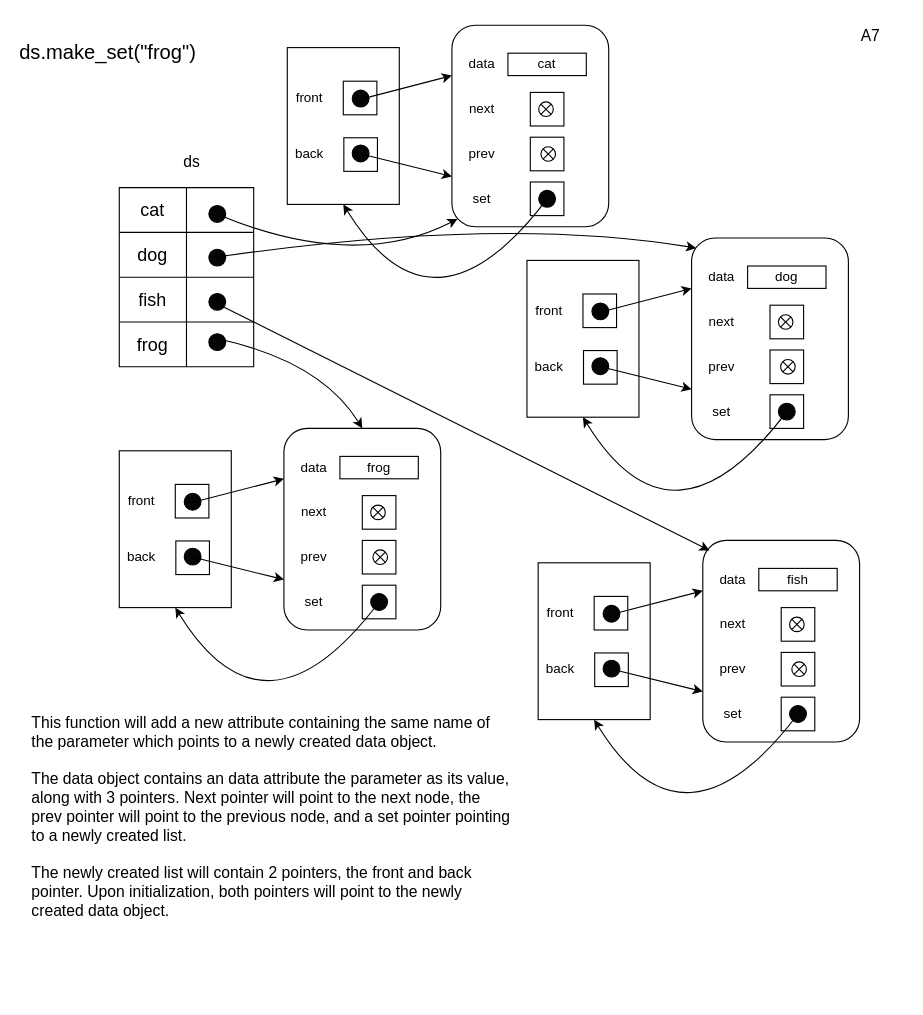
tlo20/notes keeps this draw.io diagram as parta_7.drawio. Above is the earlier version. Source tidied: cells renumbered, new cells numbered last; positions are measured from the earlier drawing's top-left corner, leaving out a move shared by most shapes. Both pictures are drawn from the tidied source at 112%, with x=0, y=0 at pixel (29, 19).
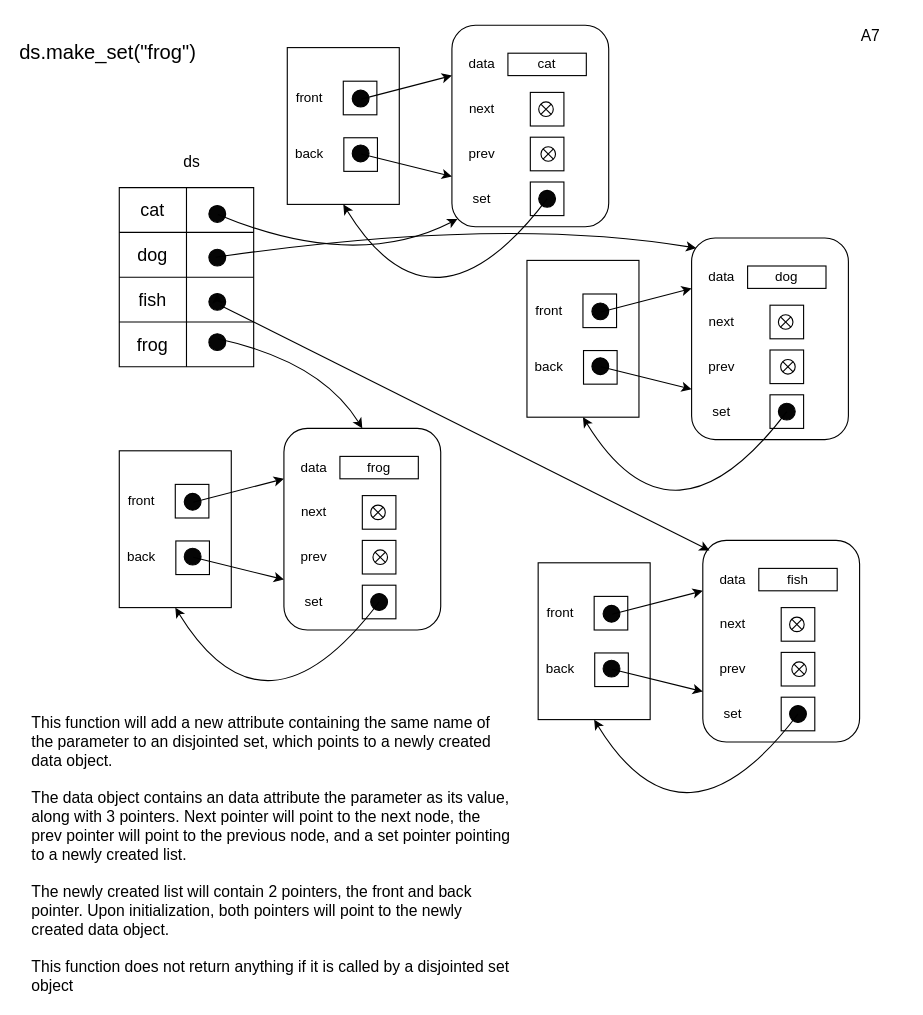
After the change.

Change to the diagram source:
```diff
@@
-    <mxCell id="122" value="&lt;div&gt;&lt;font style=&quot;font-size: 14px;&quot;&gt;This function will add a new attribute containing the same name of the parameter which points to a newly created data object. &lt;br&gt;&lt;/font&gt;&lt;/div&gt;&lt;div&gt;&lt;font style=&quot;font-size: 14px;&quot;&gt;&lt;br&gt;&lt;/font&gt;&lt;/div&gt;&lt;div&gt;&lt;font style=&quot;font-size: 14px;&quot;&gt;The data object &lt;/font&gt;&lt;font style=&quot;font-size: 14px;&quot;&gt;contains an data attribute the parameter as its value, along with 3 pointers. Next pointer will point to the next node, the prev pointer will point to the previous node, and a set pointer pointing to a newly created list. &lt;br&gt;&lt;/font&gt;&lt;/div&gt;&lt;div&gt;&lt;font style=&quot;font-size: 14px;&quot;&gt;&lt;br&gt;&lt;/font&gt;&lt;/div&gt;&lt;div&gt;&lt;font style=&quot;font-size: 14px;&quot;&gt;The newly created list will contain 2 pointers, the front and back pointer. Upon initialization, both pointers will point to the newly created data object.&lt;br&gt;&lt;/font&gt;&lt;/div&gt;" style="text;html=1;strokeColor=none;fillColor=none;align=left;verticalAlign=top;whiteSpace=wrap;rounded=0;" parent="1" vertex="1">
+    <mxCell id="122" value="&lt;div&gt;&lt;font style=&quot;font-size: 14px;&quot;&gt;This function will add a new attribute containing the same name of the parameter &lt;/font&gt;&lt;font style=&quot;font-size: 14px;&quot;&gt; to an disjointed set, &lt;/font&gt;&lt;font style=&quot;font-size: 14px;&quot;&gt;which points to a newly created data object. &lt;br&gt;&lt;/font&gt;&lt;/div&gt;&lt;div&gt;&lt;font style=&quot;font-size: 14px;&quot;&gt;&lt;br&gt;&lt;/font&gt;&lt;/div&gt;&lt;div&gt;&lt;font style=&quot;font-size: 14px;&quot;&gt;The data object &lt;/font&gt;&lt;font style=&quot;font-size: 14px;&quot;&gt;contains an data attribute the parameter as its value, along with 3 pointers. Next pointer will point to the next node, the prev pointer will point to the previous node, and a set pointer pointing to a newly created list. &lt;br&gt;&lt;/font&gt;&lt;/div&gt;&lt;div&gt;&lt;font style=&quot;font-size: 14px;&quot;&gt;&lt;br&gt;&lt;/font&gt;&lt;/div&gt;&lt;div&gt;&lt;font style=&quot;font-size: 14px;&quot;&gt;The newly created list will contain 2 pointers, the front and back pointer. Upon initialization, both pointers will point to the newly created data object.&lt;br&gt;&lt;/font&gt;&lt;/div&gt;&lt;div&gt;&lt;font style=&quot;font-size: 14px;&quot;&gt;&lt;br&gt;&lt;/font&gt;&lt;/div&gt;&lt;div&gt;&lt;font style=&quot;font-size: 14px;&quot;&gt;This function does not return anything if it is called by a disjointed set object&lt;br&gt;&lt;/font&gt;&lt;/div&gt;" style="text;html=1;strokeColor=none;fillColor=none;align=left;verticalAlign=top;whiteSpace=wrap;rounded=0;" parent="1" vertex="1">
       <mxGeometry y="612.5" width="430" height="160" as="geometry" />
     </mxCell>
```
